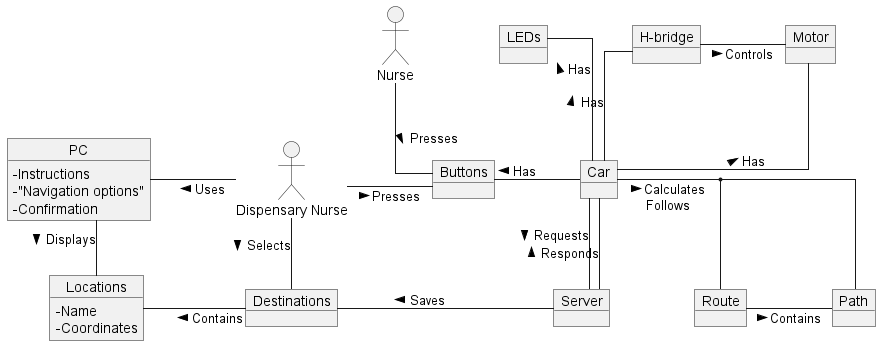
Earlier version of the PlantUML export docs/diagrams/out/domain/domain.png (lineklemensen/PRJ3). Its diagram source:
```plantuml
@startuml

allow_mixing

skinparam {
    LineType ortho
    NodeSep 85
    RankSep 55
    ClassAttributeIconSize 0
}

actor "Nurse" as n

actor "Dispensary Nurse" as dn

object PC {
    - Instructions
    - "Navigation options"
    - Confirmation
}

object "Buttons" as btn

object "Motor" as m

object "H-bridge" as hb

object "Car" as c

object "Locations" as loc {
    - Name
    - Coordinates
}

object "Destinations" as des
object "Path" as p
object "Route" as r
object "Server" as s
object LEDs

n -d- btn : > Presses
dn -r- btn : > Presses

c -l- btn : > Has

dn -l- PC : > Uses
PC -d- loc : > Displays
dn -d- des : > Selects
des -l- loc : > Contains
s -l- des : > Saves

c -d- s : > Requests
s -u- c : > Responds

c -r- p : > Calculates\nFollows
(c, p) -d- r
r -r- p : > Contains

c -u- m : > Has
c -u- hb : > Has
hb -r- m : > Controls
c -u- LEDs : > Has



@enduml
```
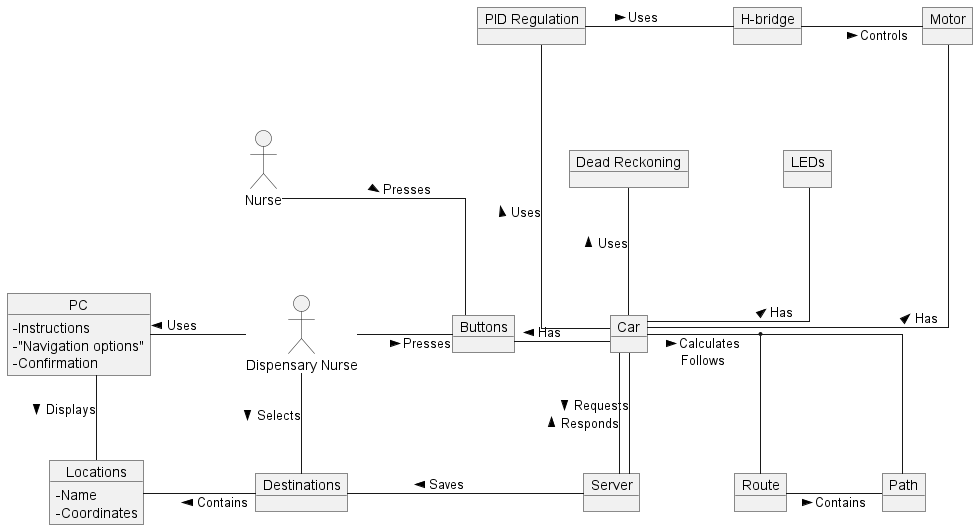
The same diagram one commit later.

Commit message:
Opdaterede diagrammer

Change to the diagram source:
```diff
@@ -4,8 +4,8 @@
 
 skinparam {
     LineType ortho
-    NodeSep 85
-    RankSep 55
+    NodeSep 95
+    RankSep 85
     ClassAttributeIconSize 0
 }
 
@@ -37,6 +37,8 @@
 object "Route" as r
 object "Server" as s
 object LEDs
+object "Dead Reckoning" as dr
+object "PID Regulation" as pid
 
 n -d- btn : > Presses
 dn -r- btn : > Presses
@@ -56,11 +58,12 @@
 (c, p) -d- r
 r -r- p : > Contains
 
-c -u- m : > Has
-c -u- hb : > Has
+c --u- m : > Has
+pid -r- hb : > Uses
 hb -r- m : > Controls
 c -u- LEDs : > Has
 
-
+c -u- dr : > Uses
+c -u- pid : > Uses
 
 @enduml
```
